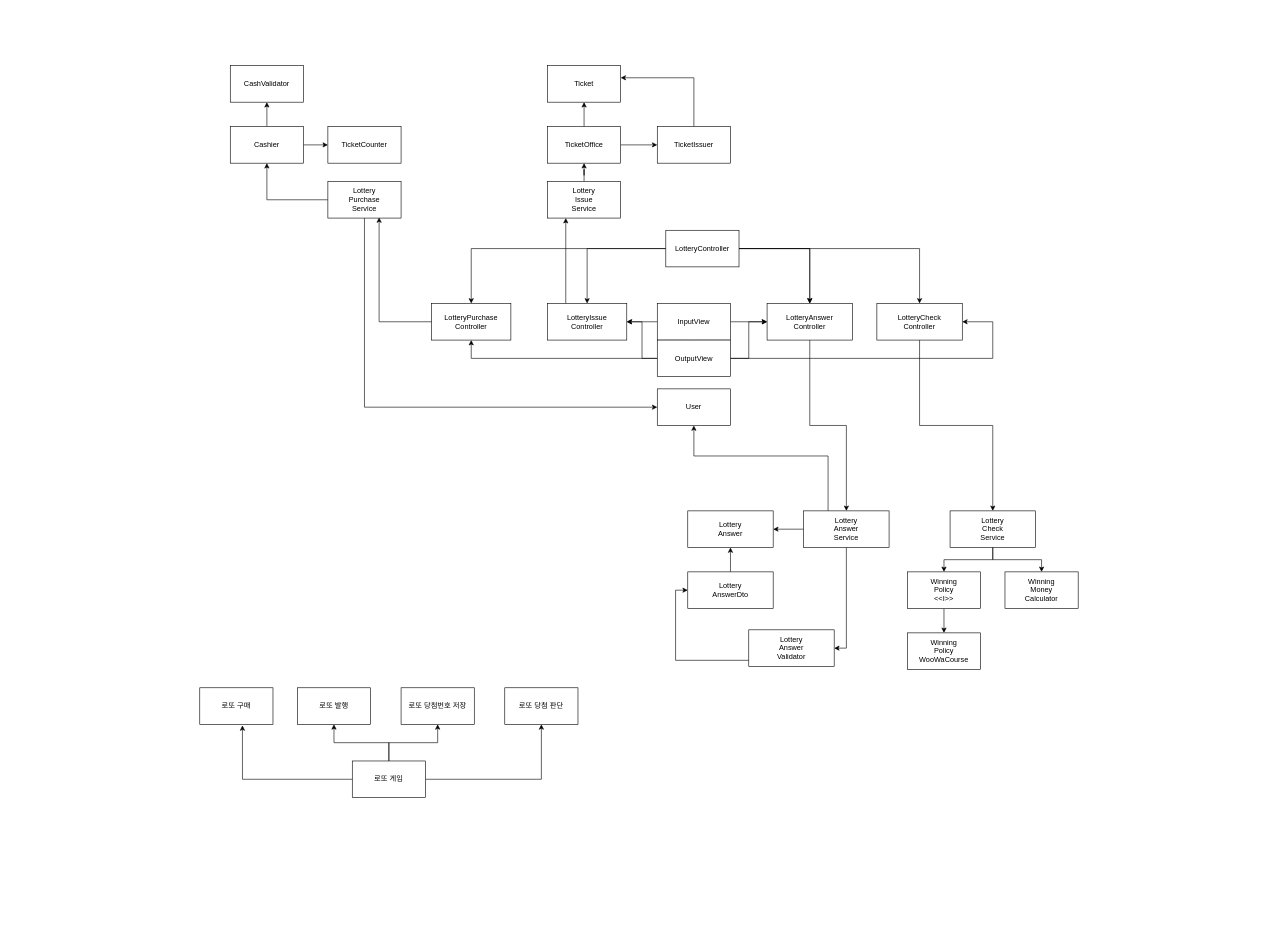
woowacourse-precourse/java-lotto-6 keeps this draw.io diagram as docs/로또게임-6기.drawio. Above is the earlier version. Source tidied: cells renumbered, new cells numbered last; positions are measured from the earlier drawing's top-left corner, leaving out a move shared by most shapes. Both pictures are drawn from the tidied source at 61%, with x=0, y=0 at pixel (199, 65).
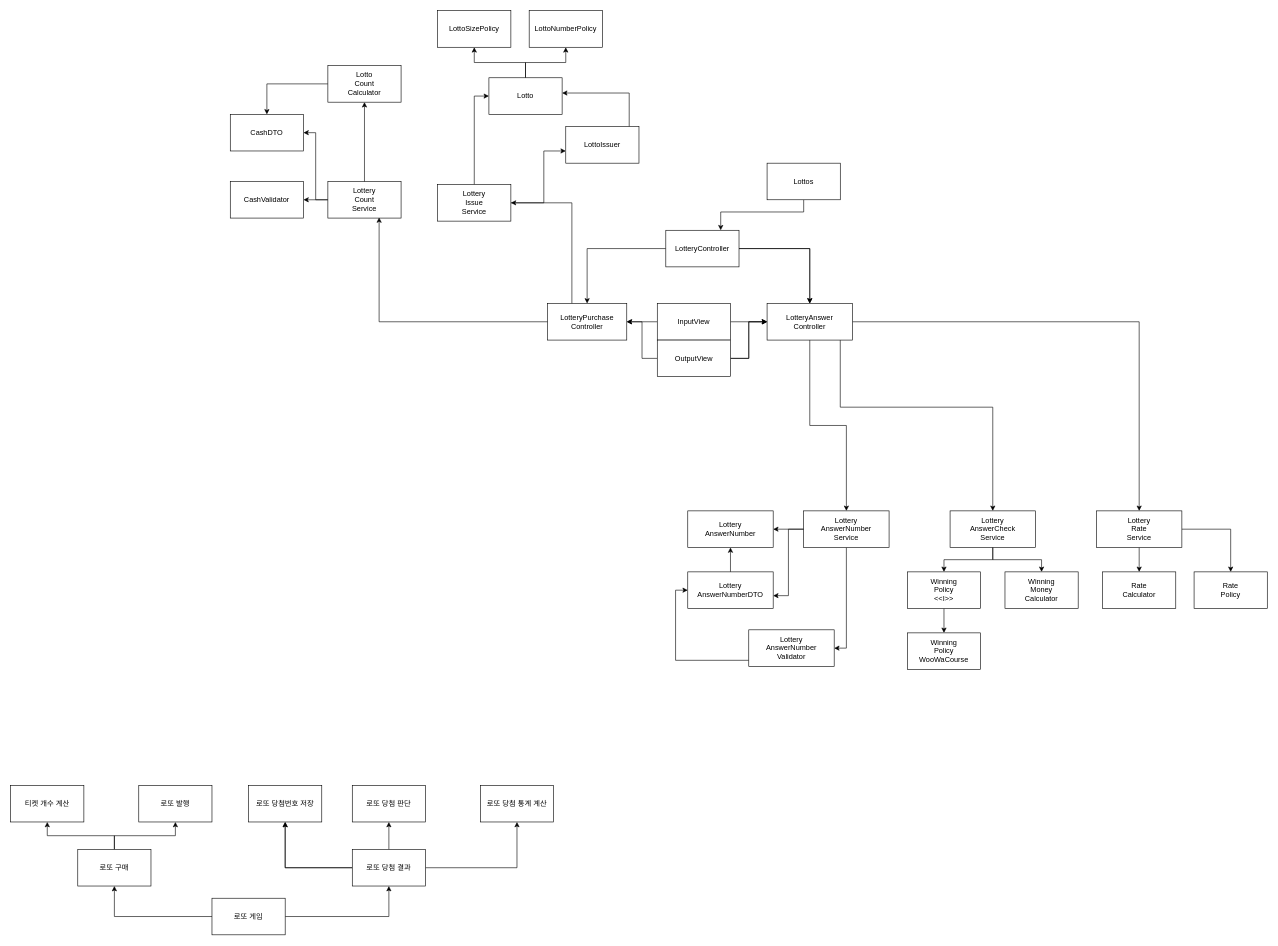
The same diagram, later.

Commit message:
로또게임-6기.drawio 업데이트

The change refers to these unchanged cells:
```xml
<mxCell id="9" value="OutputView" style="rounded=0;whiteSpace=wrap;html=1;" parent="1" vertex="1">
  <mxGeometry x="750" y="450" width="120" height="60" as="geometry" />
</mxCell>
<mxCell id="14" value="LotteryController" style="rounded=0;whiteSpace=wrap;html=1;" parent="1" vertex="1">
  <mxGeometry x="764" y="270" width="120" height="60" as="geometry" />
</mxCell>
<mxCell id="54" value="LotteryAnswer&lt;br&gt;Controller" style="rounded=0;whiteSpace=wrap;html=1;" parent="1" vertex="1">
  <mxGeometry x="930" y="390" width="140" height="60" as="geometry" />
</mxCell>
```

What changed in the source:
```diff
@@
-    <mxCell id="2" style="edgeStyle=orthogonalEdgeStyle;rounded=0;jettySize=auto;html=1;" parent="1" edge="1" source="6" target="16">
+    <mxCell id="2" style="edgeStyle=orthogonalEdgeStyle;rounded=0;jettySize=auto;html=1;" parent="1" edge="1" source="6" target="52">
       <mxGeometry relative="1" as="geometry" />
     </mxCell>
+    <mxCell id="4" style="edgeStyle=orthogonalEdgeStyle;rounded=0;jettySize=auto;html=1;" parent="1" edge="1" source="6" target="54">
+      <mxGeometry relative="1" as="geometry" />
+    </mxCell>
+    <mxCell id="6" value="InputView" style="rounded=0;whiteSpace=wrap;html=1;" parent="1" vertex="1">
+      <mxGeometry x="750" y="390" width="120" height="60" as="geometry" />
+    </mxCell>
+    <mxCell id="8" style="edgeStyle=orthogonalEdgeStyle;rounded=0;jettySize=auto;html=1;" parent="1" edge="1" source="9" target="54">
+      <mxGeometry relative="1" as="geometry" />
+    </mxCell>
+    <mxCell id="66" style="edgeStyle=orthogonalEdgeStyle;rounded=0;jettySize=auto;html=1;" parent="1" edge="1" source="9" target="54">
+      <mxGeometry relative="1" as="geometry" />
+    </mxCell>
     <mxCell id="3" style="edgeStyle=orthogonalEdgeStyle;rounded=0;jettySize=auto;html=1;" parent="1" edge="1" source="9" target="52">
-      <mxGeometry relative="1" as="geometry">
-        <Array as="points">
-          <mxPoint x="810" y="480" />
-          <mxPoint x="445" y="480" />
-        </Array>
-      </mxGeometry>
+      <mxGeometry relative="1" as="geometry" />
     </mxCell>
-    <mxCell id="4" style="edgeStyle=orthogonalEdgeStyle;rounded=0;jettySize=auto;html=1;" parent="1" edge="1" source="6" target="54">
-      <mxGeometry relative="1" as="geometry" />
-    </mxCell>
-    <mxCell id="5" style="edgeStyle=orthogonalEdgeStyle;rounded=0;jettySize=auto;html=1;" parent="1" edge="1" source="6" target="18">
-      <mxGeometry relative="1" as="geometry">
-        <Array as="points">
-          <mxPoint x="1300" y="480" />
-        </Array>
-      </mxGeometry>
-    </mxCell>
-    <mxCell id="6" value="InputView" style="rounded=0;whiteSpace=wrap;html=1;" parent="1" vertex="1">
-      <mxGeometry x="750" y="390" width="120" height="60" as="geometry" />
-    </mxCell>
-    <mxCell id="7" style="edgeStyle=orthogonalEdgeStyle;rounded=0;jettySize=auto;html=1;exitX=0;exitY=0.5;exitDx=0;exitDy=0;" parent="1" edge="1" source="9" target="16">
-      <mxGeometry relative="1" as="geometry" />
-    </mxCell>
-    <mxCell id="8" style="edgeStyle=orthogonalEdgeStyle;rounded=0;jettySize=auto;html=1;" parent="1" edge="1" source="9" target="54">
-      <mxGeometry relative="1" as="geometry" />
-    </mxCell>
@@
-    <mxCell id="11" style="edgeStyle=orthogonalEdgeStyle;rounded=0;jettySize=auto;html=1;" parent="1" edge="1" source="14" target="16">
-      <mxGeometry relative="1" as="geometry" />
-    </mxCell>
@@
-    <mxCell id="13" style="edgeStyle=orthogonalEdgeStyle;rounded=0;jettySize=auto;html=1;entryX=0.5;entryY=0;entryDx=0;entryDy=0;" parent="1" edge="1" source="14" target="18">
-      <mxGeometry relative="1" as="geometry" />
-    </mxCell>
@@
-    <mxCell id="15" style="edgeStyle=orthogonalEdgeStyle;rounded=0;orthogonalLoop=1;jettySize=auto;html=1;" parent="1" edge="1">
-      <mxGeometry relative="1" as="geometry">
-        <mxPoint x="600" y="390" as="sourcePoint" />
-        <mxPoint x="600" y="250" as="targetPoint" />
-        <Array as="points">
-          <mxPoint x="600" y="290" />
-          <mxPoint x="600" y="290" />
-        </Array>
-      </mxGeometry>
-    </mxCell>
-    <mxCell id="16" value="LotteryIssue&lt;br&gt;Controller" style="rounded=0;whiteSpace=wrap;html=1;" parent="1" vertex="1">
-      <mxGeometry x="570" y="390" width="130" height="60" as="geometry" />
-    </mxCell>
-    <mxCell id="17" style="edgeStyle=orthogonalEdgeStyle;rounded=0;jettySize=auto;html=1;entryX=0.5;entryY=0;entryDx=0;entryDy=0;" parent="1" edge="1" source="18" target="20">
-      <mxGeometry relative="1" as="geometry" />
-    </mxCell>
-    <mxCell id="18" value="LotteryCheck&lt;br&gt;Controller" style="rounded=0;whiteSpace=wrap;html=1;" parent="1" vertex="1">
-      <mxGeometry x="1110" y="390" width="140" height="60" as="geometry" />
-    </mxCell>
@@
-    <mxCell id="20" value="Lottery&lt;br&gt;Check&lt;br&gt;Service" style="rounded=0;whiteSpace=wrap;html=1;" parent="1" vertex="1">
+    <mxCell id="20" value="Lottery&lt;br&gt;AnswerCheck&lt;br&gt;Service" style="rounded=0;whiteSpace=wrap;html=1;" parent="1" vertex="1">
       <mxGeometry x="1230" y="730" width="140" height="60" as="geometry" />
     </mxCell>
@@
-    <mxCell id="23" style="edgeStyle=orthogonalEdgeStyle;rounded=0;jettySize=auto;html=1;entryX=0.5;entryY=1;entryDx=0;entryDy=0;" parent="1" edge="1" source="24" target="33">
-      <mxGeometry relative="1" as="geometry">
-        <Array as="points">
-          <mxPoint x="1030" y="640" />
-          <mxPoint x="810" y="640" />
-        </Array>
-      </mxGeometry>
-    </mxCell>
-    <mxCell id="24" value="Lottery&lt;br&gt;Answer&lt;br&gt;Service" style="rounded=0;whiteSpace=wrap;html=1;" parent="1" vertex="1">
+    <mxCell id="24" value="Lottery&lt;br&gt;AnswerNumber&lt;br&gt;Service" style="rounded=0;whiteSpace=wrap;html=1;" parent="1" vertex="1">
       <mxGeometry x="990" y="730" width="140" height="60" as="geometry" />
     </mxCell>
@@
-    <mxCell id="26" value="Lottery&lt;br&gt;AnswerDto" style="rounded=0;whiteSpace=wrap;html=1;" parent="1" vertex="1">
+    <mxCell id="26" value="Lottery&lt;br style=&quot;border-color: var(--border-color);&quot;&gt;AnswerNumberDTO" style="rounded=0;whiteSpace=wrap;html=1;" parent="1" vertex="1">
       <mxGeometry x="800" y="830" width="140" height="60" as="geometry" />
     </mxCell>
@@
-    <mxCell id="28" value="Lottery&lt;br&gt;Answer&lt;br&gt;Validator" style="rounded=0;whiteSpace=wrap;html=1;" parent="1" vertex="1">
+    <mxCell id="28" value="Lottery&lt;br style=&quot;border-color: var(--border-color);&quot;&gt;AnswerNumber&lt;br&gt;Validator" style="rounded=0;whiteSpace=wrap;html=1;" parent="1" vertex="1">
       <mxGeometry x="900" y="925" width="140" height="60" as="geometry" />
     </mxCell>
@@
-    <mxCell id="33" value="User" style="rounded=0;whiteSpace=wrap;html=1;" parent="1" vertex="1">
-      <mxGeometry x="750" y="530" width="120" height="60" as="geometry" />
-    </mxCell>
@@
-    <mxCell id="35" value="Lottery&lt;br&gt;Answer" style="rounded=0;whiteSpace=wrap;html=1;" parent="1" vertex="1">
+    <mxCell id="35" value="Lottery&lt;br&gt;AnswerNumber" style="rounded=0;whiteSpace=wrap;html=1;" parent="1" vertex="1">
       <mxGeometry x="800" y="730" width="140" height="60" as="geometry" />
     </mxCell>
-    <mxCell id="36" style="edgeStyle=orthogonalEdgeStyle;rounded=0;jettySize=auto;html=1;" parent="1" edge="1" source="38" target="44">
-      <mxGeometry relative="1" as="geometry" />
-    </mxCell>
-    <mxCell id="37" style="edgeStyle=orthogonalEdgeStyle;rounded=0;jettySize=auto;html=1;entryX=0;entryY=0.5;entryDx=0;entryDy=0;" parent="1" edge="1" source="38" target="46">
-      <mxGeometry relative="1" as="geometry" />
-    </mxCell>
-    <mxCell id="38" value="TicketOffice" style="rounded=0;whiteSpace=wrap;html=1;" parent="1" vertex="1">
-      <mxGeometry x="570" y="100" width="120" height="60" as="geometry" />
-    </mxCell>
-    <mxCell id="39" style="edgeStyle=orthogonalEdgeStyle;rounded=0;jettySize=auto;html=1;entryX=0;entryY=0.5;entryDx=0;entryDy=0;" parent="1" edge="1" source="41" target="33">
-      <mxGeometry relative="1" as="geometry">
-        <Array as="points">
-          <mxPoint x="270" y="560" />
-        </Array>
-      </mxGeometry>
-    </mxCell>
-    <mxCell id="40" style="edgeStyle=orthogonalEdgeStyle;rounded=0;jettySize=auto;html=1;entryX=0.5;entryY=1;entryDx=0;entryDy=0;" parent="1" edge="1" source="41" target="49">
-      <mxGeometry relative="1" as="geometry" />
-    </mxCell>
+    <mxCell id="67" style="edgeStyle=orthogonalEdgeStyle;rounded=0;jettySize=auto;html=1;" parent="1" edge="1" source="41" target="56">
+      <mxGeometry relative="1" as="geometry" />
+    </mxCell>
+    <mxCell id="68" style="edgeStyle=orthogonalEdgeStyle;rounded=0;jettySize=auto;html=1;entryX=1;entryY=0.5;entryDx=0;entryDy=0;" parent="1" edge="1" source="41" target="94">
+      <mxGeometry relative="1" as="geometry" />
+    </mxCell>
-    <mxCell id="41" value="Lottery&lt;br style=&quot;border-color: var(--border-color);&quot;&gt;Purchase&lt;br style=&quot;border-color: var(--border-color);&quot;&gt;Service" style="rounded=0;whiteSpace=wrap;html=1;" parent="1" vertex="1">
+    <mxCell id="41" value="Lottery&lt;br style=&quot;border-color: var(--border-color);&quot;&gt;Count&lt;br style=&quot;border-color: var(--border-color);&quot;&gt;Service" style="rounded=0;whiteSpace=wrap;html=1;" parent="1" vertex="1">
       <mxGeometry x="210" y="190" width="120" height="60" as="geometry" />
     </mxCell>
-    <mxCell id="42" style="edgeStyle=orthogonalEdgeStyle;rounded=0;jettySize=auto;html=1;" parent="1" edge="1" source="43" target="38">
-      <mxGeometry relative="1" as="geometry" />
-    </mxCell>
+    <mxCell id="69" style="edgeStyle=orthogonalEdgeStyle;rounded=0;jettySize=auto;html=1;" parent="1" edge="1" source="43" target="46">
+      <mxGeometry relative="1" as="geometry">
+        <Array as="points">
+          <mxPoint x="564" y="225" />
+          <mxPoint x="564" y="140" />
+        </Array>
+      </mxGeometry>
+    </mxCell>
+    <mxCell id="70" style="edgeStyle=orthogonalEdgeStyle;rounded=0;jettySize=auto;html=1;entryX=0;entryY=0.5;entryDx=0;entryDy=0;" parent="1" edge="1" source="43" target="44">
+      <mxGeometry relative="1" as="geometry" />
+    </mxCell>
     <mxCell id="43" value="Lottery&lt;br&gt;Issue&lt;br&gt;Service" style="rounded=0;whiteSpace=wrap;html=1;" parent="1" vertex="1">
-      <mxGeometry x="570" y="190" width="120" height="60" as="geometry" />
+      <mxGeometry x="390" y="195" width="120" height="60" as="geometry" />
     </mxCell>
+    <mxCell id="71" style="edgeStyle=orthogonalEdgeStyle;rounded=0;jettySize=auto;html=1;" parent="1" edge="1" source="44" target="91">
+      <mxGeometry relative="1" as="geometry" />
+    </mxCell>
+    <mxCell id="72" style="edgeStyle=orthogonalEdgeStyle;rounded=0;jettySize=auto;html=1;" parent="1" edge="1" source="44" target="92">
+      <mxGeometry relative="1" as="geometry" />
+    </mxCell>
-    <mxCell id="44" value="Ticket" style="rounded=0;whiteSpace=wrap;html=1;" parent="1" vertex="1">
-      <mxGeometry x="570" width="120" height="60" as="geometry" />
+    <mxCell id="44" value="Lotto" style="rounded=0;whiteSpace=wrap;html=1;" parent="1" vertex="1">
+      <mxGeometry x="474" y="20" width="120" height="60" as="geometry" />
     </mxCell>
     <mxCell id="45" style="edgeStyle=orthogonalEdgeStyle;rounded=0;jettySize=auto;html=1;" parent="1" edge="1" source="46" target="44">
       <mxGeometry relative="1" as="geometry">
         <Array as="points">
-          <mxPoint x="810" y="20" />
+          <mxPoint x="704" y="45" />
         </Array>
       </mxGeometry>
     </mxCell>
-    <mxCell id="46" value="TicketIssuer" style="rounded=0;whiteSpace=wrap;html=1;" parent="1" vertex="1">
-      <mxGeometry x="750" y="100" width="120" height="60" as="geometry" />
+    <mxCell id="46" value="LottoIssuer" style="rounded=0;whiteSpace=wrap;html=1;" parent="1" vertex="1">
+      <mxGeometry x="600" y="100" width="120" height="60" as="geometry" />
     </mxCell>
-    <mxCell id="47" style="edgeStyle=orthogonalEdgeStyle;rounded=0;jettySize=auto;html=1;" parent="1" edge="1" source="49" target="50">
+    <mxCell id="47" style="edgeStyle=orthogonalEdgeStyle;rounded=0;jettySize=auto;html=1;" parent="1" edge="1" source="41" target="50">
       <mxGeometry relative="1" as="geometry" />
     </mxCell>
-    <mxCell id="48" style="edgeStyle=orthogonalEdgeStyle;rounded=0;jettySize=auto;html=1;" parent="1" edge="1" source="49" target="56">
-      <mxGeometry relative="1" as="geometry" />
-    </mxCell>
-    <mxCell id="49" value="Cashier" style="rounded=0;whiteSpace=wrap;html=1;" parent="1" vertex="1">
-      <mxGeometry x="50" y="100" width="120" height="60" as="geometry" />
-    </mxCell>
+    <mxCell id="73" style="edgeStyle=orthogonalEdgeStyle;rounded=0;jettySize=auto;html=1;" parent="1" edge="1" source="50" target="94">
+      <mxGeometry relative="1" as="geometry" />
+    </mxCell>
-    <mxCell id="50" value="TicketCounter" style="rounded=0;whiteSpace=wrap;html=1;" parent="1" vertex="1">
-      <mxGeometry x="210" y="100" width="120" height="60" as="geometry" />
+    <mxCell id="50" value="Lotto&lt;br&gt;Count&lt;br&gt;Calculator" style="rounded=0;whiteSpace=wrap;html=1;" parent="1" vertex="1">
+      <mxGeometry x="210" width="120" height="60" as="geometry" />
     </mxCell>
@@
+    <mxCell id="74" style="edgeStyle=orthogonalEdgeStyle;rounded=0;jettySize=auto;html=1;" parent="1" edge="1" source="52" target="43">
+      <mxGeometry relative="1" as="geometry">
+        <Array as="points">
+          <mxPoint x="610" y="350" />
+          <mxPoint x="610" y="350" />
+        </Array>
+      </mxGeometry>
+    </mxCell>
     <mxCell id="52" value="LotteryPurchase&lt;br&gt;Controller" style="rounded=0;whiteSpace=wrap;html=1;" parent="1" vertex="1">
-      <mxGeometry x="380" y="390" width="130" height="60" as="geometry" />
+      <mxGeometry x="570" y="390" width="130" height="60" as="geometry" />
     </mxCell>
@@
+    <mxCell id="75" style="edgeStyle=orthogonalEdgeStyle;rounded=0;jettySize=auto;html=1;" parent="1" edge="1" source="54" target="20">
+      <mxGeometry relative="1" as="geometry">
+        <Array as="points">
+          <mxPoint x="1050" y="560" />
+          <mxPoint x="1300" y="560" />
+        </Array>
+      </mxGeometry>
+    </mxCell>
+    <mxCell id="76" style="edgeStyle=orthogonalEdgeStyle;rounded=0;jettySize=auto;html=1;" parent="1" edge="1" source="54" target="88">
+      <mxGeometry relative="1" as="geometry" />
+    </mxCell>
@@
     <mxCell id="56" value="CashValidator" style="rounded=0;whiteSpace=wrap;html=1;" parent="1" vertex="1">
-      <mxGeometry x="50" width="120" height="60" as="geometry" />
+      <mxGeometry x="50" y="190" width="120" height="60" as="geometry" />
     </mxCell>
+    <mxCell id="77" style="edgeStyle=orthogonalEdgeStyle;rounded=0;jettySize=auto;html=1;" parent="1" edge="1" source="57" target="58">
+      <mxGeometry relative="1" as="geometry" />
+    </mxCell>
+    <mxCell id="78" style="edgeStyle=orthogonalEdgeStyle;rounded=0;jettySize=auto;html=1;" parent="1" edge="1" source="57" target="83">
+      <mxGeometry relative="1" as="geometry" />
+    </mxCell>
     <mxCell id="57" value="로또 구매" style="rounded=0;whiteSpace=wrap;html=1;" parent="1" vertex="1">
-      <mxGeometry y="1020" width="120" height="60" as="geometry" />
+      <mxGeometry x="-200" y="1285" width="120" height="60" as="geometry" />
     </mxCell>
     <mxCell id="58" value="로또 발행" style="rounded=0;whiteSpace=wrap;html=1;" parent="1" vertex="1">
-      <mxGeometry x="160" y="1020" width="120" height="60" as="geometry" />
+      <mxGeometry x="-100" y="1180" width="120" height="60" as="geometry" />
     </mxCell>
+    <mxCell id="79" style="edgeStyle=orthogonalEdgeStyle;rounded=0;jettySize=auto;html=1;" parent="1" edge="1" source="60" target="59">
+      <mxGeometry relative="1" as="geometry" />
+    </mxCell>
+    <mxCell id="80" style="edgeStyle=orthogonalEdgeStyle;rounded=0;jettySize=auto;html=1;" parent="1" edge="1" source="60" target="84">
+      <mxGeometry relative="1" as="geometry" />
+    </mxCell>
+    <mxCell id="81" style="edgeStyle=orthogonalEdgeStyle;rounded=0;jettySize=auto;html=1;" parent="1" edge="1" source="60" target="90">
+      <mxGeometry relative="1" as="geometry" />
+    </mxCell>
+    <mxCell id="82" style="edgeStyle=orthogonalEdgeStyle;rounded=0;jettySize=auto;html=1;" parent="1" edge="1" source="60" target="59">
+      <mxGeometry relative="1" as="geometry" />
+    </mxCell>
+    <mxCell id="60" value="로또 당첨 결과" style="rounded=0;whiteSpace=wrap;html=1;" parent="1" vertex="1">
+      <mxGeometry x="250" y="1285" width="120" height="60" as="geometry" />
+    </mxCell>
+    <mxCell id="63" style="edgeStyle=orthogonalEdgeStyle;rounded=0;jettySize=auto;html=1;" parent="1" edge="1" source="64" target="60">
+      <mxGeometry relative="1" as="geometry" />
+    </mxCell>
+    <mxCell id="65" style="edgeStyle=orthogonalEdgeStyle;rounded=0;jettySize=auto;html=1;" parent="1" edge="1" source="64" target="57">
+      <mxGeometry relative="1" as="geometry" />
+    </mxCell>
+    <mxCell id="64" value="로또 게임" style="rounded=0;whiteSpace=wrap;html=1;" parent="1" vertex="1">
+      <mxGeometry x="20" y="1365" width="120" height="60" as="geometry" />
+    </mxCell>
+    <mxCell id="83" value="티켓 개수 계산" style="rounded=0;whiteSpace=wrap;html=1;" parent="1" vertex="1">
+      <mxGeometry x="-310" y="1180" width="120" height="60" as="geometry" />
+    </mxCell>
     <mxCell id="59" value="로또 당첨번호 저장" style="rounded=0;whiteSpace=wrap;html=1;" parent="1" vertex="1">
-      <mxGeometry x="330" y="1020" width="120" height="60" as="geometry" />
+      <mxGeometry x="80" y="1180" width="120" height="60" as="geometry" />
     </mxCell>
-    <mxCell id="60" value="로또 당첨 판단" style="rounded=0;whiteSpace=wrap;html=1;" parent="1" vertex="1">
-      <mxGeometry x="500" y="1020" width="120" height="60" as="geometry" />
-    </mxCell>
-    <mxCell id="61" style="edgeStyle=orthogonalEdgeStyle;rounded=0;jettySize=auto;html=1;" parent="1" edge="1" source="64" target="58">
-      <mxGeometry relative="1" as="geometry" />
-    </mxCell>
-    <mxCell id="62" style="edgeStyle=orthogonalEdgeStyle;rounded=0;jettySize=auto;html=1;" parent="1" edge="1" source="64" target="59">
-      <mxGeometry relative="1" as="geometry" />
-    </mxCell>
-    <mxCell id="63" style="edgeStyle=orthogonalEdgeStyle;rounded=0;jettySize=auto;html=1;" parent="1" edge="1" source="64" target="60">
-      <mxGeometry relative="1" as="geometry" />
-    </mxCell>
-    <mxCell id="64" value="로또 게임" style="rounded=0;whiteSpace=wrap;html=1;" parent="1" vertex="1">
-      <mxGeometry x="250" y="1140" width="120" height="60" as="geometry" />
-    </mxCell>
-    <mxCell id="65" style="edgeStyle=orthogonalEdgeStyle;rounded=0;jettySize=auto;html=1;entryX=0.583;entryY=1.029;entryDx=0;entryDy=0;entryPerimeter=0;" parent="1" edge="1" source="64" target="57">
-      <mxGeometry relative="1" as="geometry" />
-    </mxCell>
+    <mxCell id="84" value="로또 당첨 판단" style="rounded=0;whiteSpace=wrap;html=1;" parent="1" vertex="1">
+      <mxGeometry x="250" y="1180" width="120" height="60" as="geometry" />
+    </mxCell>
+    <mxCell id="85" value="Rate&lt;br&gt;Calculator" style="rounded=0;whiteSpace=wrap;html=1;" parent="1" vertex="1">
+      <mxGeometry x="1480" y="830" width="120" height="60" as="geometry" />
+    </mxCell>
+    <mxCell id="86" style="edgeStyle=orthogonalEdgeStyle;rounded=0;jettySize=auto;html=1;" parent="1" edge="1" source="88" target="85">
+      <mxGeometry relative="1" as="geometry" />
+    </mxCell>
+    <mxCell id="87" style="edgeStyle=orthogonalEdgeStyle;rounded=0;jettySize=auto;html=1;" parent="1" edge="1" source="88" target="89">
+      <mxGeometry relative="1" as="geometry" />
+    </mxCell>
+    <mxCell id="88" value="Lottery&lt;br&gt;Rate&lt;br&gt;Service" style="rounded=0;whiteSpace=wrap;html=1;" parent="1" vertex="1">
+      <mxGeometry x="1470" y="730" width="140" height="60" as="geometry" />
+    </mxCell>
+    <mxCell id="89" value="Rate&lt;br&gt;Policy" style="rounded=0;whiteSpace=wrap;html=1;" parent="1" vertex="1">
+      <mxGeometry x="1630" y="830" width="120" height="60" as="geometry" />
+    </mxCell>
+    <mxCell id="90" value="로또 당첨 통계 계산" style="rounded=0;whiteSpace=wrap;html=1;" parent="1" vertex="1">
+      <mxGeometry x="460" y="1180" width="120" height="60" as="geometry" />
+    </mxCell>
+    <mxCell id="91" value="LottoSizePolicy" style="rounded=0;whiteSpace=wrap;html=1;" parent="1" vertex="1">
+      <mxGeometry x="390" y="-90" width="120" height="60" as="geometry" />
+    </mxCell>
+    <mxCell id="92" value="LottoNumberPolicy" style="rounded=0;whiteSpace=wrap;html=1;" parent="1" vertex="1">
+      <mxGeometry x="540" y="-90" width="120" height="60" as="geometry" />
+    </mxCell>
+    <mxCell id="93" style="edgeStyle=orthogonalEdgeStyle;rounded=0;jettySize=auto;html=1;entryX=1;entryY=0.65;entryDx=0;entryDy=0;entryPerimeter=0;" parent="1" edge="1" source="24" target="26">
+      <mxGeometry relative="1" as="geometry" />
+    </mxCell>
+    <mxCell id="94" value="CashDTO" style="rounded=0;whiteSpace=wrap;html=1;" parent="1" vertex="1">
+      <mxGeometry x="50" y="80" width="120" height="60" as="geometry" />
+    </mxCell>
+    <mxCell id="95" style="edgeStyle=orthogonalEdgeStyle;rounded=0;jettySize=auto;html=1;entryX=0.75;entryY=0;entryDx=0;entryDy=0;" parent="1" edge="1" source="96" target="14">
+      <mxGeometry relative="1" as="geometry">
+        <Array as="points">
+          <mxPoint x="990" y="240" />
+          <mxPoint x="854" y="240" />
+        </Array>
+      </mxGeometry>
+    </mxCell>
+    <mxCell id="96" value="Lottos" style="rounded=0;whiteSpace=wrap;html=1;" parent="1" vertex="1">
+      <mxGeometry x="930" y="160" width="120" height="60" as="geometry" />
+    </mxCell>
```
